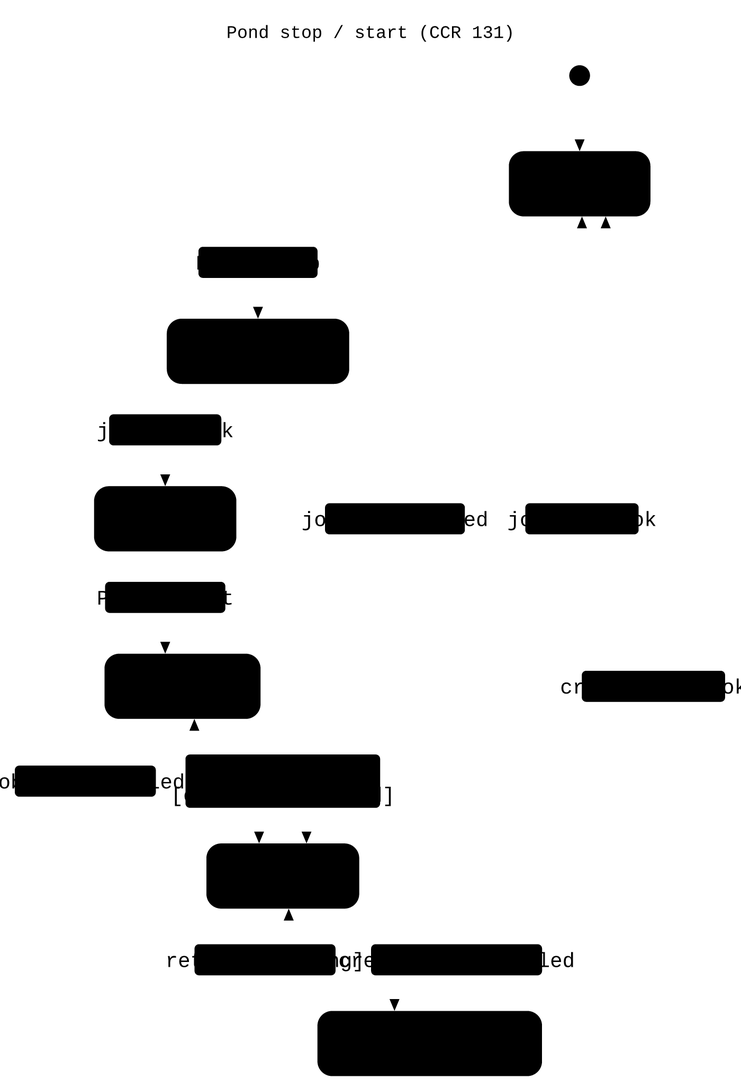
carloshugoeg/koicloud keeps this Mermaid diagram as docs/architecture/diagrams/21-pond-stop-start.png. Above is the earlier version. Its source is kept beside it as docs/architecture/diagrams/21-pond-stop-start.mmd.
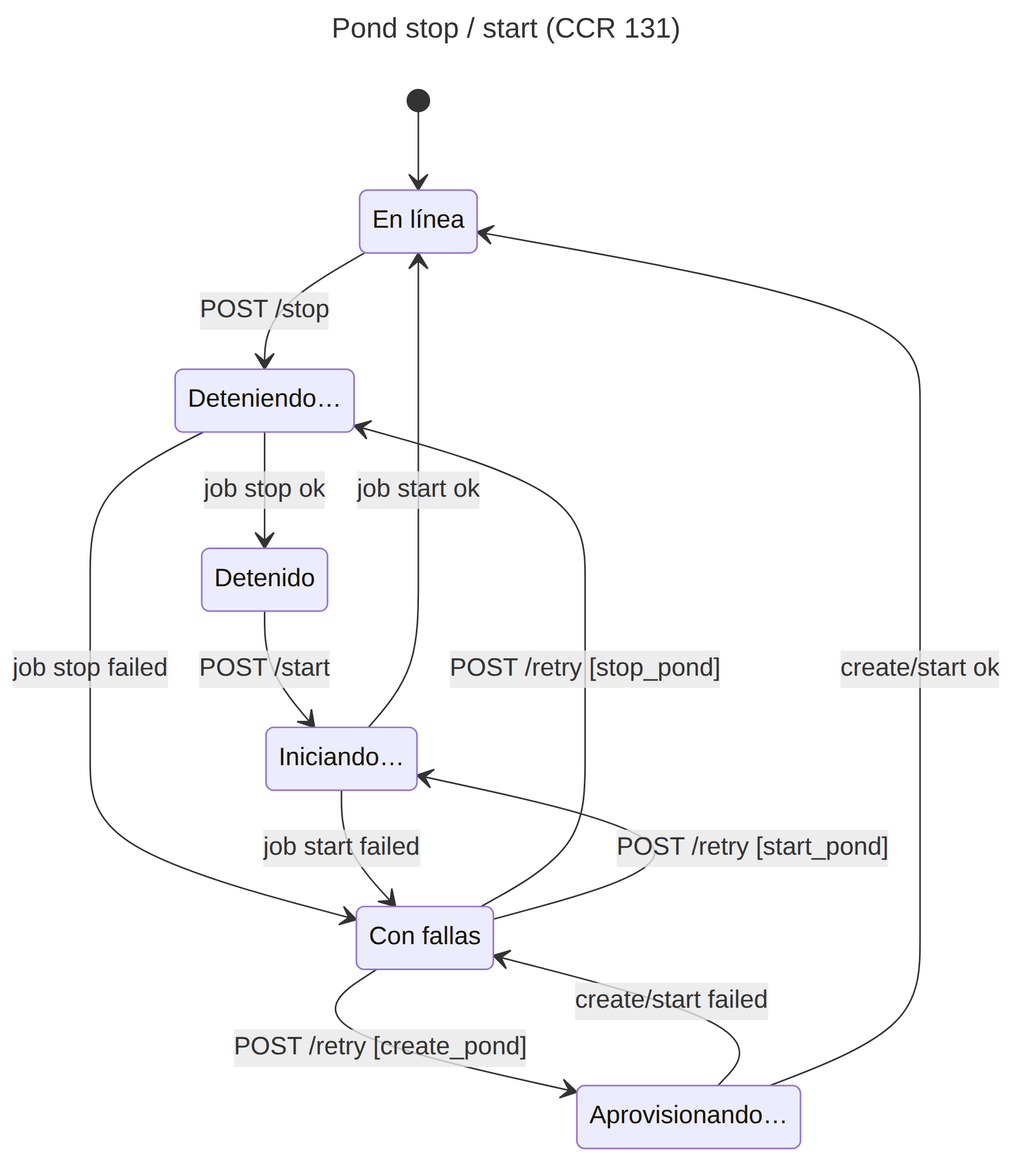
Later version of the same file.

Commit message:
docs(ponds): fix CCR 131 chart retry by failed job type

The edit, as a diff of the source:
```diff
@@ -18,10 +18,11 @@
 
   stopping --> error: job stop failed
   starting --> error: job start failed
+  provisioning --> error: create/start failed
 
-  error --> starting: POST /start [observed=stopped]
-  error --> provisioning: retry [existing]
+  error --> stopping: POST /retry [stop_pond]
+  error --> starting: POST /retry [start_pond]
+  error --> provisioning: POST /retry [create_pond]
 
   provisioning --> running: create/start ok
-  provisioning --> error: create/start failed
 
```
